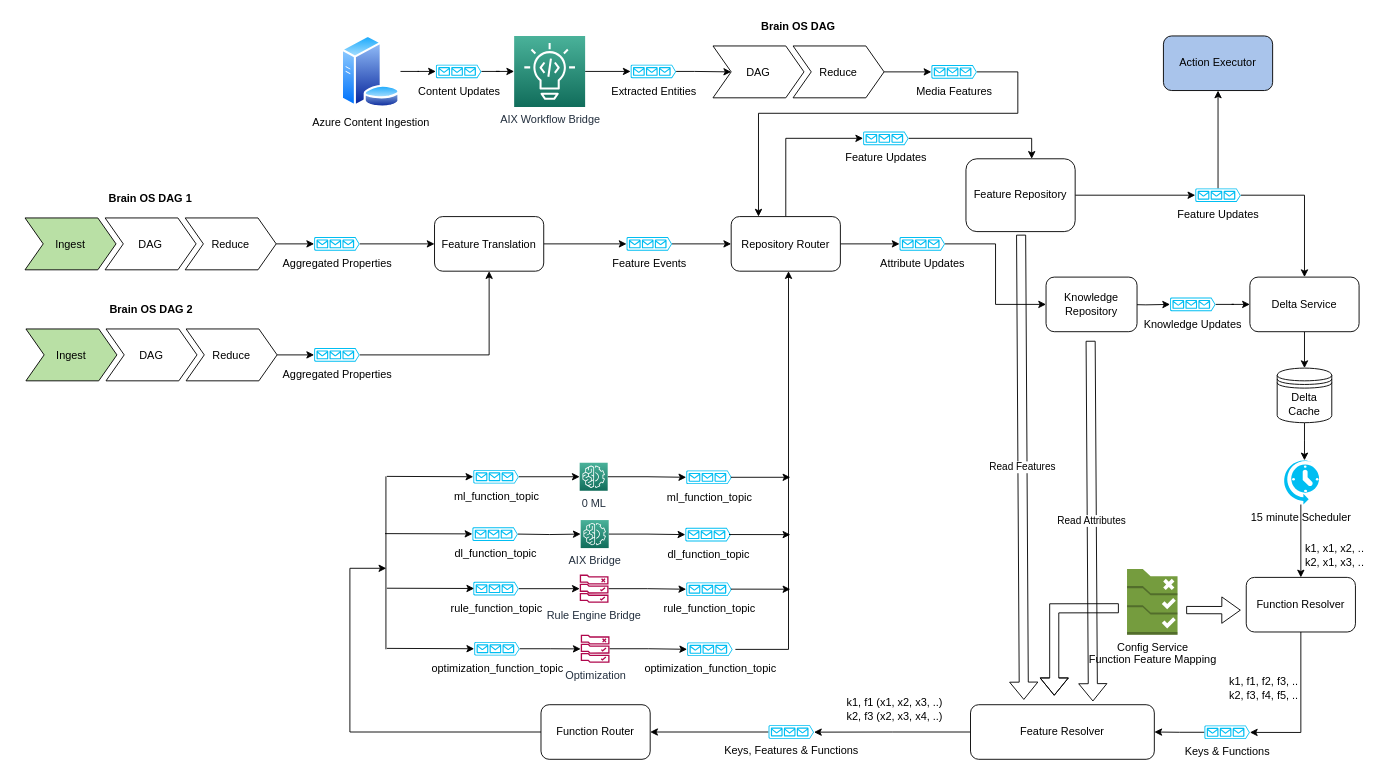
The draw.io diagram page "feature_lake" (1 of 7) of docs/diagram/BrainOS.drawio in brain-os/brain-proto, before the edit. Source tidied: cells renumbered, new cells numbered last; positions are measured from the earlier drawing's top-left corner, leaving out a move shared by most shapes. Both pictures are drawn from the tidied source at 91%, with x=0, y=0 at pixel (15, 15).
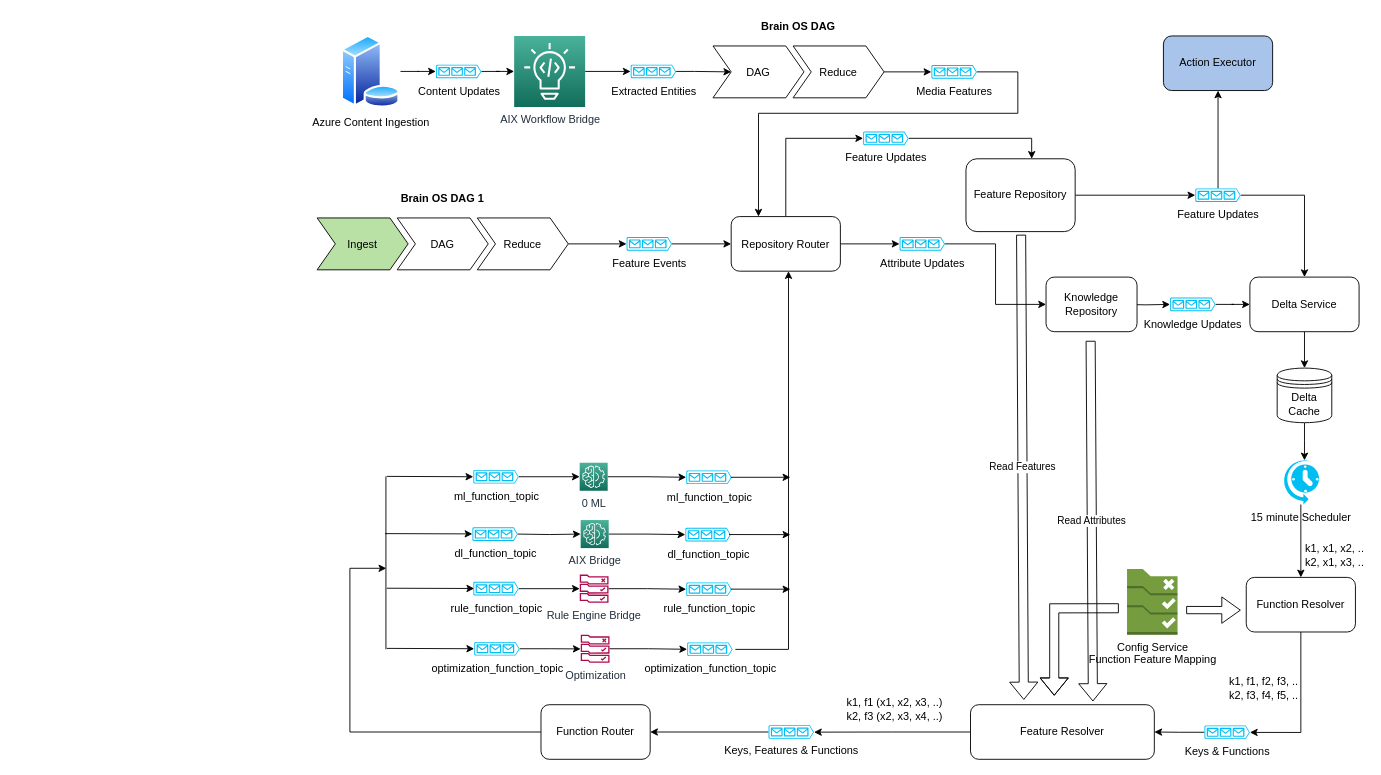
Above is the later version.

Unchanged cells that the change refers to:
```xml
<mxCell id="13" value="Reduce" style="shape=step;perimeter=stepPerimeter;fixedSize=1;points=[];" parent="10" vertex="1">
  <mxGeometry x="186" y="33" width="100" height="57" as="geometry" />
</mxCell>
<mxCell id="103" value="Feature Events" style="verticalLabelPosition=bottom;html=1;verticalAlign=top;align=center;strokeColor=none;fillColor=#00BEF2;shape=mxgraph.azure.queue_generic;" parent="1" vertex="1">
  <mxGeometry x="671" y="243" width="50" height="15" as="geometry" />
</mxCell>
```

Diff of the diagram source:
```diff
@@
     <mxCell id="10" value="Brain OS DAG 1" style="swimlane;horizontal=1;fillColor=none;strokeColor=none;stackBorder=10;align=center;fontColor=#000000;" parent="1" vertex="1">
-      <mxGeometry y="189" width="296" height="100" as="geometry" />
+      <mxGeometry x="321" y="189" width="296" height="100" as="geometry" />
     </mxCell>
@@
-    <mxCell id="14" style="edgeStyle=orthogonalEdgeStyle;rounded=0;jettySize=auto;html=1;" parent="1" edge="1" source="15" target="94">
-      <mxGeometry relative="1" as="geometry" />
-    </mxCell>
-    <mxCell id="15" value="Aggregated Properties" style="verticalLabelPosition=bottom;html=1;verticalAlign=top;align=center;strokeColor=none;fillColor=#00BEF2;shape=mxgraph.azure.queue_generic;" parent="1" vertex="1">
-      <mxGeometry x="327.7" y="243" width="50" height="15" as="geometry" />
-    </mxCell>
-    <mxCell id="16" style="edgeStyle=orthogonalEdgeStyle;rounded=0;jettySize=auto;html=1;entryX=0;entryY=0.5;entryDx=0;entryDy=0;entryPerimeter=0;" parent="1" edge="1" source="13" target="15">
+    <mxCell id="16" style="edgeStyle=orthogonalEdgeStyle;rounded=0;jettySize=auto;html=1;entryX=0;entryY=0.5;entryDx=0;entryDy=0;entryPerimeter=0;" parent="1" edge="1" source="13" target="103">
       <mxGeometry relative="1" as="geometry" />
     </mxCell>
@@
-    <mxCell id="93" style="edgeStyle=orthogonalEdgeStyle;rounded=0;jettySize=auto;html=1;" parent="1" edge="1" source="94" target="103">
-      <mxGeometry relative="1" as="geometry" />
-    </mxCell>
-    <mxCell id="94" value="Feature Translation" style="rounded=1;whiteSpace=wrap;html=1;" parent="1" vertex="1">
-      <mxGeometry x="460" y="220.5" width="120" height="60" as="geometry" />
-    </mxCell>
-    <mxCell id="95" value="Brain OS DAG 2" style="swimlane;horizontal=1;fillColor=none;strokeColor=none;stackBorder=10;align=center;fontColor=#000000;" parent="1" vertex="1">
-      <mxGeometry x="1" y="311" width="296" height="100" as="geometry" />
-    </mxCell>
-    <mxCell id="96" value="Ingest" style="shape=step;perimeter=stepPerimeter;fixedSize=1;fillColor=#B9E0A5;" parent="95" vertex="1">
-      <mxGeometry x="10" y="33" width="100" height="57" as="geometry" />
-    </mxCell>
-    <mxCell id="97" value="DAG" style="shape=step;perimeter=stepPerimeter;fixedSize=1;" parent="95" vertex="1">
-      <mxGeometry x="98" y="33" width="100" height="57" as="geometry" />
-    </mxCell>
-    <mxCell id="98" value="Reduce" style="shape=step;perimeter=stepPerimeter;fixedSize=1;points=[];" parent="95" vertex="1">
-      <mxGeometry x="186" y="33" width="100" height="57" as="geometry" />
-    </mxCell>
-    <mxCell id="99" style="edgeStyle=orthogonalEdgeStyle;rounded=0;jettySize=auto;html=1;entryX=0.5;entryY=1;entryDx=0;entryDy=0;" parent="1" edge="1" source="100" target="94">
-      <mxGeometry relative="1" as="geometry" />
-    </mxCell>
-    <mxCell id="100" value="Aggregated Properties" style="verticalLabelPosition=bottom;html=1;verticalAlign=top;align=center;strokeColor=none;fillColor=#00BEF2;shape=mxgraph.azure.queue_generic;" parent="1" vertex="1">
-      <mxGeometry x="327.7" y="365" width="50" height="15" as="geometry" />
-    </mxCell>
-    <mxCell id="101" style="edgeStyle=orthogonalEdgeStyle;rounded=0;jettySize=auto;html=1;entryX=0;entryY=0.5;entryDx=0;entryDy=0;entryPerimeter=0;" parent="1" edge="1" source="98" target="100">
-      <mxGeometry relative="1" as="geometry" />
-    </mxCell>
```
